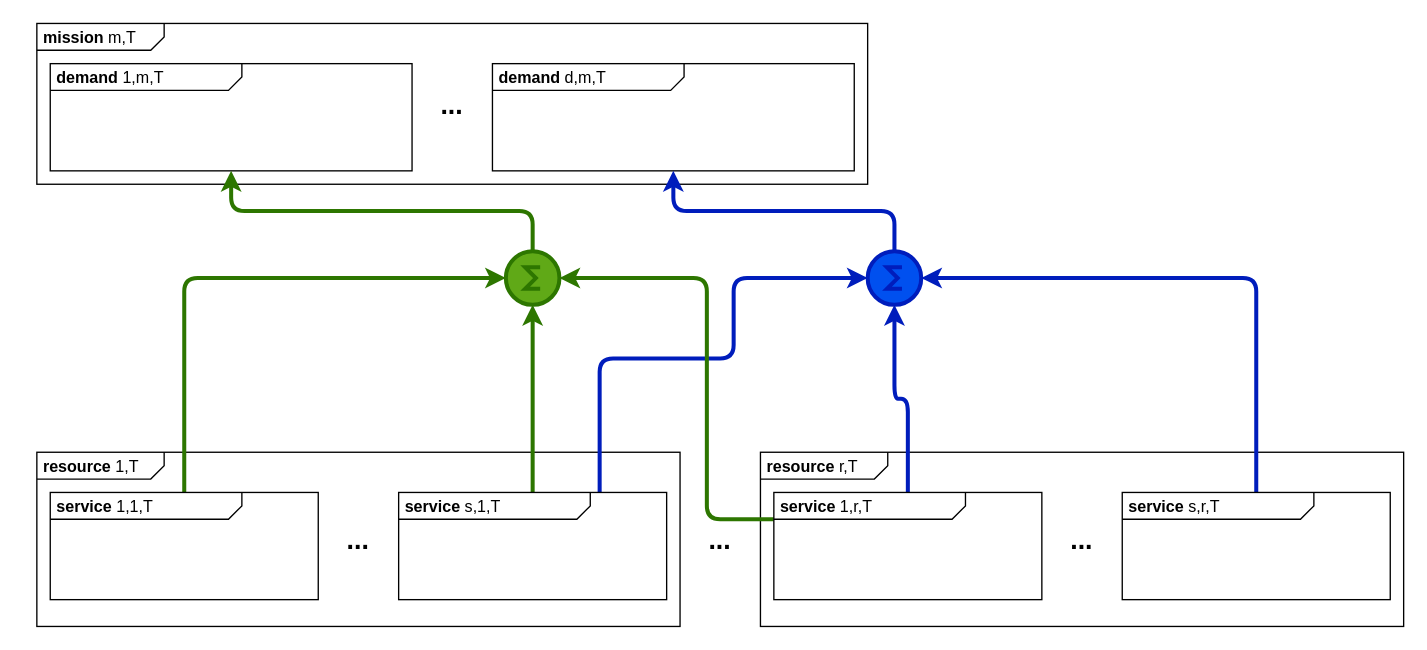
Before: page "general" (1 of 5) of resourceServiceDemandsMission.drawio in clgbatista/phdModelling, a draw.io diagram. Source tidied: cells renumbered, new cells numbered last; positions are measured from the earlier drawing's top-left corner, leaving out a move shared by most shapes. Both pictures are drawn from the tidied source at 134%, with x=0, y=0 at pixel (36, 23).
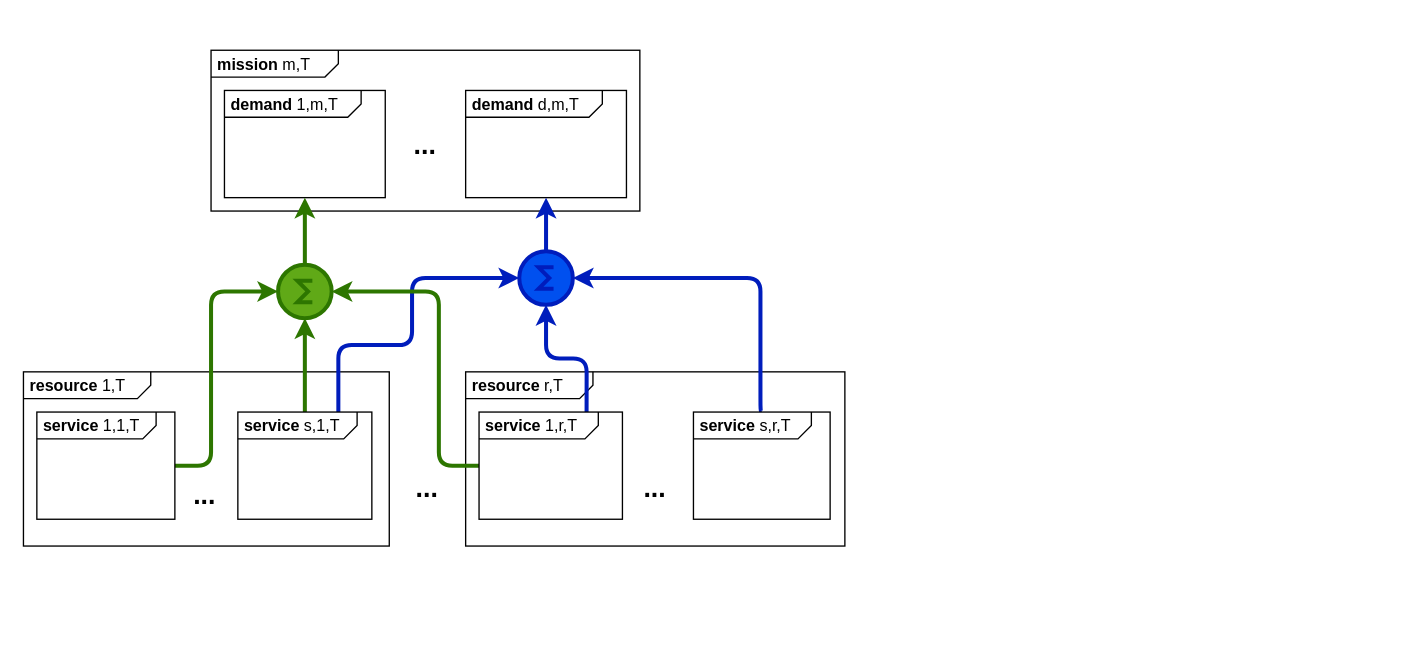
Above is the later version.

Diff of the diagram source:
```diff
@@
     <mxCell id="2" value="&lt;p style=&quot;margin:0px;margin-top:4px;margin-left:5px;text-align:left;&quot;&gt;&lt;b&gt;mission&amp;nbsp;&lt;/b&gt;m,T&lt;/p&gt;" style="html=1;shape=mxgraph.sysml.package;overflow=fill;labelX=95;align=left;spacingLeft=5;verticalAlign=top;spacingTop=-3;" parent="1" vertex="1">
-      <mxGeometry width="620" height="120" as="geometry" />
+      <mxGeometry x="130" y="20" width="320" height="120" as="geometry" />
     </mxCell>
-    <mxCell id="3" value="&lt;p style=&quot;margin:0px;margin-top:4px;margin-left:5px;text-align:left;&quot;&gt;&lt;b&gt;demand&lt;/b&gt;&amp;nbsp;1,m,T&lt;/p&gt;" style="html=1;shape=mxgraph.sysml.package;overflow=fill;labelX=143;align=left;spacingLeft=5;verticalAlign=top;spacingTop=-3;" parent="1" vertex="1">
-      <mxGeometry x="10" y="30" width="270" height="80" as="geometry" />
+    <mxCell id="3" value="&lt;p style=&quot;margin:0px;margin-top:4px;margin-left:5px;text-align:left;&quot;&gt;&lt;b&gt;demand&lt;/b&gt;&amp;nbsp;1,m,T&lt;/p&gt;" style="html=1;shape=mxgraph.sysml.package;overflow=fill;labelX=102;align=left;spacingLeft=5;verticalAlign=top;spacingTop=-3;" parent="1" vertex="1">
+      <mxGeometry x="140" y="50" width="120" height="80" as="geometry" />
     </mxCell>
     <mxCell id="4" value="&lt;p style=&quot;margin:0px;margin-top:4px;margin-left:5px;text-align:left;&quot;&gt;&lt;b&gt;resource&lt;/b&gt;&amp;nbsp;1,T&lt;/p&gt;" style="html=1;shape=mxgraph.sysml.package;overflow=fill;labelX=95;align=left;spacingLeft=5;verticalAlign=top;spacingTop=-3;" parent="1" vertex="1">
-      <mxGeometry y="320" width="480" height="130" as="geometry" />
+      <mxGeometry x="-10" y="260" width="273" height="130" as="geometry" />
     </mxCell>
-    <mxCell id="5" style="edgeStyle=orthogonalEdgeStyle;rounded=1;jettySize=auto;html=1;exitX=0.5;exitY=0;exitDx=0;exitDy=0;exitPerimeter=0;entryX=0;entryY=0.5;entryDx=0;entryDy=0;entryPerimeter=0;fontSize=20;strokeWidth=3;fillColor=#60a917;strokeColor=#2D7600;" parent="1" edge="1" source="6" target="8">
-      <mxGeometry relative="1" as="geometry" />
+    <mxCell id="5" style="edgeStyle=orthogonalEdgeStyle;rounded=1;jettySize=auto;html=1;exitX=1;exitY=0.5;exitDx=0;exitDy=0;exitPerimeter=0;entryX=0;entryY=0.5;entryDx=0;entryDy=0;entryPerimeter=0;fontSize=20;strokeWidth=3;fillColor=#60a917;strokeColor=#2D7600;" parent="1" edge="1" source="6" target="8">
+      <mxGeometry relative="1" as="geometry">
+        <Array as="points">
+          <mxPoint x="130" y="330" />
+          <mxPoint x="130" y="200" />
+        </Array>
+      </mxGeometry>
     </mxCell>
-    <mxCell id="6" value="&lt;p style=&quot;margin:0px;margin-top:4px;margin-left:5px;text-align:left;&quot;&gt;&lt;b&gt;service&lt;/b&gt;&amp;nbsp;1,1,T&lt;/p&gt;" style="html=1;shape=mxgraph.sysml.package;overflow=fill;labelX=143;align=left;spacingLeft=5;verticalAlign=top;spacingTop=-3;" parent="1" vertex="1">
-      <mxGeometry x="10" y="350" width="200" height="80" as="geometry" />
+    <mxCell id="6" value="&lt;p style=&quot;margin:0px;margin-top:4px;margin-left:5px;text-align:left;&quot;&gt;&lt;b&gt;service&lt;/b&gt;&amp;nbsp;1,1,T&lt;/p&gt;" style="html=1;shape=mxgraph.sysml.package;overflow=fill;labelX=89;align=left;spacingLeft=5;verticalAlign=top;spacingTop=-3;" parent="1" vertex="1">
+      <mxGeometry y="290" width="103" height="80" as="geometry" />
     </mxCell>
@@
     <mxCell id="8" style="verticalLabelPosition=bottom;shadow=0;dashed=0;align=center;html=1;verticalAlign=top;shape=mxgraph.electrical.abstract.sum;strokeWidth=3;fillColor=#60a917;fontColor=#ffffff;strokeColor=#2D7600;" parent="1" vertex="1">
-      <mxGeometry x="350" y="170" width="40" height="40" as="geometry" />
+      <mxGeometry x="180" y="180" width="40" height="40" as="geometry" />
     </mxCell>
@@
     <mxCell id="10" style="edgeStyle=orthogonalEdgeStyle;rounded=1;jettySize=auto;html=1;exitX=0.75;exitY=0;exitDx=0;exitDy=0;exitPerimeter=0;entryX=0;entryY=0.5;entryDx=0;entryDy=0;entryPerimeter=0;fontSize=20;strokeWidth=3;fillColor=#0050ef;strokeColor=#001DBC;" parent="1" edge="1" source="11" target="24">
       <mxGeometry relative="1" as="geometry">
         <Array as="points">
-          <mxPoint x="420" y="250" />
-          <mxPoint x="520" y="250" />
-          <mxPoint x="520" y="190" />
+          <mxPoint x="225" y="240" />
+          <mxPoint x="280" y="240" />
+          <mxPoint x="280" y="190" />
         </Array>
       </mxGeometry>
     </mxCell>
-    <mxCell id="11" value="&lt;p style=&quot;margin:0px;margin-top:4px;margin-left:5px;text-align:left;&quot;&gt;&lt;b&gt;service&lt;/b&gt;&amp;nbsp;s,1,T&lt;/p&gt;" style="html=1;shape=mxgraph.sysml.package;overflow=fill;labelX=143;align=left;spacingLeft=5;verticalAlign=top;spacingTop=-3;" parent="1" vertex="1">
-      <mxGeometry x="270" y="350" width="200" height="80" as="geometry" />
+    <mxCell id="11" value="&lt;p style=&quot;margin:0px;margin-top:4px;margin-left:5px;text-align:left;&quot;&gt;&lt;b&gt;service&lt;/b&gt;&amp;nbsp;s,1,T&lt;/p&gt;" style="html=1;shape=mxgraph.sysml.package;overflow=fill;labelX=89;align=left;spacingLeft=5;verticalAlign=top;spacingTop=-3;" parent="1" vertex="1">
+      <mxGeometry x="150" y="290" width="100" height="80" as="geometry" />
     </mxCell>
-    <mxCell id="12" value="&lt;p style=&quot;margin:0px;margin-top:4px;margin-left:5px;text-align:left;&quot;&gt;&lt;b&gt;demand&lt;/b&gt;&amp;nbsp;d,m,T&lt;/p&gt;" style="html=1;shape=mxgraph.sysml.package;overflow=fill;labelX=143;align=left;spacingLeft=5;verticalAlign=top;spacingTop=-3;" parent="1" vertex="1">
-      <mxGeometry x="340" y="30" width="270" height="80" as="geometry" />
+    <mxCell id="12" value="&lt;p style=&quot;margin:0px;margin-top:4px;margin-left:5px;text-align:left;&quot;&gt;&lt;b&gt;demand&lt;/b&gt;&amp;nbsp;d,m,T&lt;/p&gt;" style="html=1;shape=mxgraph.sysml.package;overflow=fill;labelX=102;align=left;spacingLeft=5;verticalAlign=top;spacingTop=-3;" parent="1" vertex="1">
+      <mxGeometry x="320" y="50" width="120" height="80" as="geometry" />
     </mxCell>
     <mxCell id="13" value="&lt;b&gt;&lt;font style=&quot;font-size: 20px;&quot;&gt;...&lt;/font&gt;&lt;/b&gt;" style="text;html=1;strokeColor=none;fillColor=none;align=center;verticalAlign=middle;whiteSpace=wrap;rounded=0;" parent="1" vertex="1">
-      <mxGeometry x="280" y="45" width="60" height="30" as="geometry" />
+      <mxGeometry x="260" y="75" width="60" height="30" as="geometry" />
     </mxCell>
     <mxCell id="14" value="&lt;p style=&quot;margin:0px;margin-top:4px;margin-left:5px;text-align:left;&quot;&gt;&lt;b&gt;resource&lt;/b&gt;&amp;nbsp;r,T&lt;/p&gt;" style="html=1;shape=mxgraph.sysml.package;overflow=fill;labelX=95;align=left;spacingLeft=5;verticalAlign=top;spacingTop=-3;" parent="1" vertex="1">
-      <mxGeometry x="540" y="320" width="480" height="130" as="geometry" />
+      <mxGeometry x="320" y="260" width="283" height="130" as="geometry" />
     </mxCell>
-    <mxCell id="15" style="edgeStyle=orthogonalEdgeStyle;rounded=1;jettySize=auto;html=1;exitX=0;exitY=0.25;exitDx=0;exitDy=0;exitPerimeter=0;entryX=1;entryY=0.5;entryDx=0;entryDy=0;entryPerimeter=0;fontSize=20;strokeWidth=3;fillColor=#60a917;strokeColor=#2D7600;" parent="1" edge="1" source="17" target="8">
+    <mxCell id="15" style="edgeStyle=orthogonalEdgeStyle;rounded=1;jettySize=auto;html=1;fontSize=20;strokeWidth=3;fillColor=#60a917;strokeColor=#2D7600;entryX=1;entryY=0.5;entryDx=0;entryDy=0;entryPerimeter=0;exitX=0;exitY=0.5;exitDx=0;exitDy=0;exitPerimeter=0;" parent="1" edge="1" source="17" target="8">
       <mxGeometry relative="1" as="geometry">
         <Array as="points">
-          <mxPoint x="500" y="370" />
-          <mxPoint x="500" y="190" />
+          <mxPoint x="300" y="330" />
+          <mxPoint x="300" y="200" />
         </Array>
       </mxGeometry>
     </mxCell>
-    <mxCell id="16" style="edgeStyle=orthogonalEdgeStyle;rounded=1;jettySize=auto;html=1;exitX=0.5;exitY=0;exitDx=0;exitDy=0;exitPerimeter=0;entryX=0.5;entryY=1;entryDx=0;entryDy=0;entryPerimeter=0;fontSize=20;strokeWidth=3;fillColor=#0050ef;strokeColor=#001DBC;" parent="1" edge="1" source="17" target="24">
+    <mxCell id="16" style="edgeStyle=orthogonalEdgeStyle;rounded=1;jettySize=auto;html=1;exitX=0.75;exitY=0;exitDx=0;exitDy=0;exitPerimeter=0;entryX=0.5;entryY=1;entryDx=0;entryDy=0;entryPerimeter=0;fontSize=20;strokeWidth=3;fillColor=#0050ef;strokeColor=#001DBC;" parent="1" edge="1" source="17" target="24">
       <mxGeometry relative="1" as="geometry" />
     </mxCell>
-    <mxCell id="17" value="&lt;p style=&quot;margin:0px;margin-top:4px;margin-left:5px;text-align:left;&quot;&gt;&lt;b&gt;service&lt;/b&gt;&amp;nbsp;1,r,T&lt;/p&gt;" style="html=1;shape=mxgraph.sysml.package;overflow=fill;labelX=143;align=left;spacingLeft=5;verticalAlign=top;spacingTop=-3;" parent="1" vertex="1">
-      <mxGeometry x="550" y="350" width="200" height="80" as="geometry" />
+    <mxCell id="17" value="&lt;p style=&quot;margin:0px;margin-top:4px;margin-left:5px;text-align:left;&quot;&gt;&lt;b&gt;service&lt;/b&gt;&amp;nbsp;1,r,T&lt;/p&gt;" style="html=1;shape=mxgraph.sysml.package;overflow=fill;labelX=89;align=left;spacingLeft=5;verticalAlign=top;spacingTop=-3;" parent="1" vertex="1">
+      <mxGeometry x="330" y="290" width="107" height="80" as="geometry" />
     </mxCell>
     <mxCell id="18" style="edgeStyle=orthogonalEdgeStyle;rounded=1;jettySize=auto;html=1;exitX=0.5;exitY=0;exitDx=0;exitDy=0;exitPerimeter=0;entryX=1;entryY=0.5;entryDx=0;entryDy=0;entryPerimeter=0;fontSize=20;strokeWidth=3;fillColor=#0050ef;strokeColor=#001DBC;" parent="1" edge="1" source="19" target="24">
-      <mxGeometry relative="1" as="geometry" />
+      <mxGeometry relative="1" as="geometry">
+        <Array as="points">
+          <mxPoint x="540" y="290" />
+          <mxPoint x="540" y="190" />
+        </Array>
+      </mxGeometry>
     </mxCell>
-    <mxCell id="19" value="&lt;p style=&quot;margin:0px;margin-top:4px;margin-left:5px;text-align:left;&quot;&gt;&lt;b&gt;service&lt;/b&gt;&amp;nbsp;s,r,T&lt;/p&gt;" style="html=1;shape=mxgraph.sysml.package;overflow=fill;labelX=143;align=left;spacingLeft=5;verticalAlign=top;spacingTop=-3;" parent="1" vertex="1">
-      <mxGeometry x="810" y="350" width="200" height="80" as="geometry" />
+    <mxCell id="19" value="&lt;p style=&quot;margin:0px;margin-top:4px;margin-left:5px;text-align:left;&quot;&gt;&lt;b&gt;service&lt;/b&gt;&amp;nbsp;s,r,T&lt;/p&gt;" style="html=1;shape=mxgraph.sysml.package;overflow=fill;labelX=88;align=left;spacingLeft=5;verticalAlign=top;spacingTop=-3;" parent="1" vertex="1">
+      <mxGeometry x="490" y="290" width="102" height="80" as="geometry" />
     </mxCell>
     <mxCell id="20" value="&lt;b&gt;&lt;font style=&quot;font-size: 20px;&quot;&gt;...&lt;/font&gt;&lt;/b&gt;" style="text;html=1;strokeColor=none;fillColor=none;align=center;verticalAlign=middle;whiteSpace=wrap;rounded=0;" parent="1" vertex="1">
-      <mxGeometry x="480" y="370" width="60" height="30" as="geometry" />
+      <mxGeometry x="260" y="330" width="63" height="32" as="geometry" />
     </mxCell>
     <mxCell id="21" value="&lt;b&gt;&lt;font style=&quot;font-size: 20px;&quot;&gt;...&lt;/font&gt;&lt;/b&gt;" style="text;html=1;strokeColor=none;fillColor=none;align=center;verticalAlign=middle;whiteSpace=wrap;rounded=0;" parent="1" vertex="1">
-      <mxGeometry x="210" y="370" width="60" height="30" as="geometry" />
+      <mxGeometry x="94" y="335" width="63" height="32" as="geometry" />
     </mxCell>
     <mxCell id="22" value="&lt;b&gt;&lt;font style=&quot;font-size: 20px;&quot;&gt;...&lt;/font&gt;&lt;/b&gt;" style="text;html=1;strokeColor=none;fillColor=none;align=center;verticalAlign=middle;whiteSpace=wrap;rounded=0;" parent="1" vertex="1">
-      <mxGeometry x="750" y="370" width="60" height="30" as="geometry" />
+      <mxGeometry x="430" y="330" width="63" height="32" as="geometry" />
     </mxCell>
@@
     <mxCell id="24" style="verticalLabelPosition=bottom;shadow=0;dashed=0;align=center;html=1;verticalAlign=top;shape=mxgraph.electrical.abstract.sum;strokeWidth=3;fillColor=#0050ef;fontColor=#ffffff;strokeColor=#001DBC;" parent="1" vertex="1">
-      <mxGeometry x="620" y="170" width="40" height="40" as="geometry" />
+      <mxGeometry x="360" y="170" width="40" height="40" as="geometry" />
     </mxCell>
```
